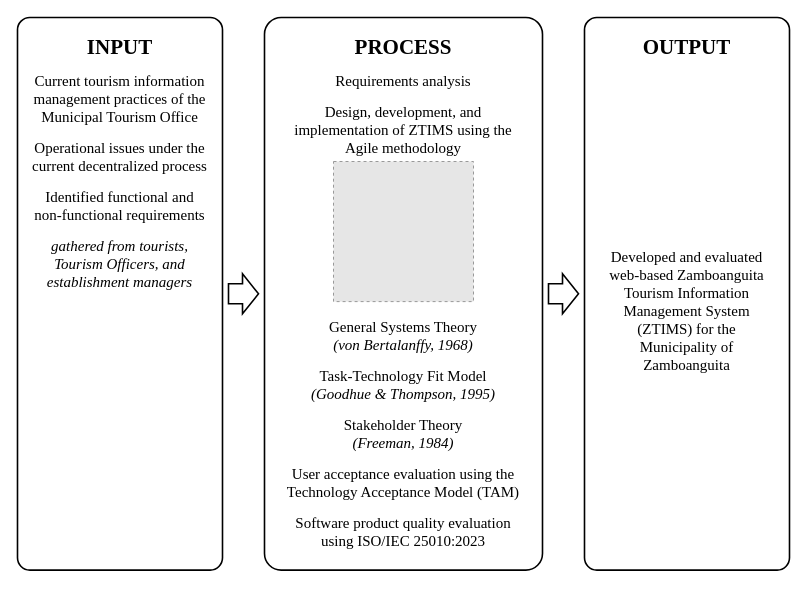
Earlier version of the draw.io diagram docs/diagrams/ztims-conceptual-framework.drawio (jefee0101/ZTIMS). Source tidied: cells renumbered, new cells numbered last; positions are measured from the earlier drawing's top-left corner, leaving out a move shared by most shapes. Both pictures are drawn from the tidied source at 100%, with x=0, y=0 at pixel (17, 17). Pictures stored in the file or linked from it are replaced by grey dashed boxes.
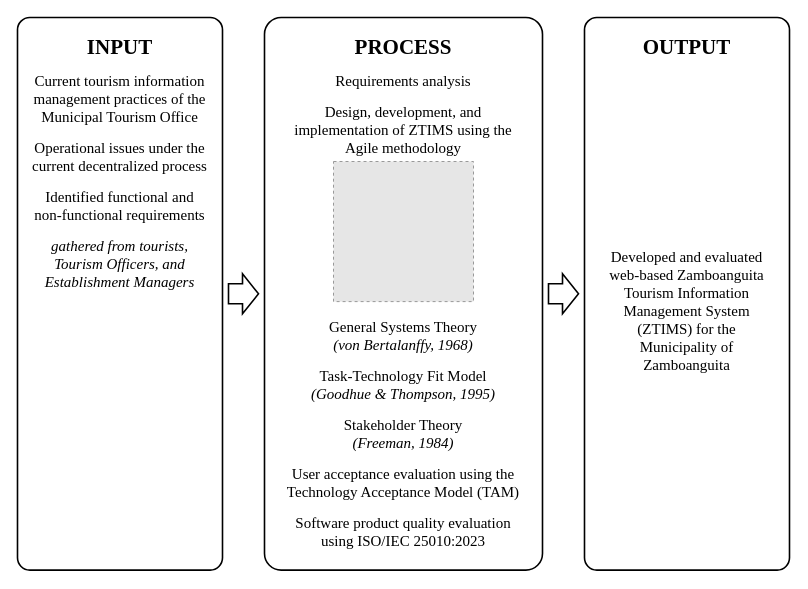
After the change.

Commit message (it also covers changes not shown here):
Capitalize Establishment Managers in the conceptual framework

Claude-Session: https://claude.ai/code/session_01DodXmhEpoi71garNeHNJmv

The edit, as a diff of the source:
```diff
@@
 <mxGraphModel>
   <root>
     <mxCell id="0" />
     <mxCell id="1" parent="0" />
     <mxCell id="2" style="rounded=1;arcSize=6;html=1;fillColor=#ffffff;strokeColor=#000000;strokeWidth=1.6;" parent="1" vertex="1">
       <mxGeometry width="205" height="552.6" as="geometry" />
     </mxCell>
     <mxCell id="3" value="&lt;b&gt;INPUT&lt;/b&gt;" style="text;html=1;whiteSpace=wrap;align=center;verticalAlign=top;fontSize=21;spacing=0;fontFamily=Times New Roman;fontColor=#000000;" parent="1" vertex="1">
       <mxGeometry y="13" width="205" height="25" as="geometry" />
     </mxCell>
     <mxCell id="4" style="rounded=1;arcSize=6;html=1;fillColor=#ffffff;strokeColor=#000000;strokeWidth=1.6;" parent="1" vertex="1">
       <mxGeometry x="247" width="278" height="552.6" as="geometry" />
     </mxCell>
     <mxCell id="5" value="&lt;b&gt;PROCESS&lt;/b&gt;" style="text;html=1;whiteSpace=wrap;align=center;verticalAlign=top;fontSize=21;spacing=0;fontFamily=Times New Roman;fontColor=#000000;" parent="1" vertex="1">
       <mxGeometry x="247" y="13" width="278" height="25" as="geometry" />
     </mxCell>
     <mxCell id="6" style="rounded=1;arcSize=6;html=1;fillColor=#ffffff;strokeColor=#000000;strokeWidth=1.6;" parent="1" vertex="1">
       <mxGeometry x="567" width="205" height="552.6" as="geometry" />
     </mxCell>
     <mxCell id="7" value="&lt;b&gt;OUTPUT&lt;/b&gt;" style="text;html=1;whiteSpace=wrap;align=center;verticalAlign=top;fontSize=21;spacing=0;fontFamily=Times New Roman;fontColor=#000000;" parent="1" vertex="1">
       <mxGeometry x="567" y="13" width="205" height="25" as="geometry" />
     </mxCell>
-    <mxCell id="8" value="&lt;div style=&quot;margin-bottom:13px&quot;&gt;Current tourism information management practices of the Municipal Tourism Office&lt;/div&gt;&lt;div style=&quot;margin-bottom:13px&quot;&gt;Operational issues under the current decentralized process&lt;/div&gt;&lt;div style=&quot;margin-bottom:13px&quot;&gt;Identified functional and non-functional requirements&lt;/div&gt;&lt;div style=&quot;margin-bottom:13px&quot;&gt;&lt;i&gt;gathered from tourists, Tourism Officers, and establishment managers&lt;/i&gt;&lt;/div&gt;" style="text;html=1;whiteSpace=wrap;align=center;verticalAlign=top;fontSize=15;spacing=0;fontFamily=Times New Roman;fontColor=#000000;" parent="1" vertex="1">
+    <mxCell id="8" value="&lt;div style=&quot;margin-bottom:13px&quot;&gt;Current tourism information management practices of the Municipal Tourism Office&lt;/div&gt;&lt;div style=&quot;margin-bottom:13px&quot;&gt;Operational issues under the current decentralized process&lt;/div&gt;&lt;div style=&quot;margin-bottom:13px&quot;&gt;Identified functional and non-functional requirements&lt;/div&gt;&lt;div style=&quot;margin-bottom:13px&quot;&gt;&lt;i&gt;gathered from tourists, Tourism Officers, and Establishment Managers&lt;/i&gt;&lt;/div&gt;" style="text;html=1;whiteSpace=wrap;align=center;verticalAlign=top;fontSize=15;spacing=0;fontFamily=Times New Roman;fontColor=#000000;" parent="1" vertex="1">
       <mxGeometry x="15" y="50" width="175" height="226.5" as="geometry" />
     </mxCell>
     <mxCell id="9" value="&lt;div style=&quot;margin-bottom:13px&quot;&gt;Requirements analysis&lt;/div&gt;&lt;div style=&quot;margin-bottom:13px&quot;&gt;Design, development, and implementation of ZTIMS using the Agile methodology&lt;/div&gt;" style="text;html=1;whiteSpace=wrap;align=center;verticalAlign=top;fontSize=15;spacing=0;fontFamily=Times New Roman;fontColor=#000000;" parent="1" vertex="1">
       <mxGeometry x="262" y="50" width="248" height="88" as="geometry" />
     </mxCell>
     <mxCell id="10" style="fillColor=#E6E6E6;strokeColor=#999999;dashed=1;html=1;" parent="1" vertex="1">
       <mxGeometry x="316" y="144" width="140" height="140.1" as="geometry" />
     </mxCell>
     <mxCell id="11" value="&lt;div style=&quot;margin-bottom:13px&quot;&gt;General Systems Theory&lt;br&gt;&lt;i&gt;(von Bertalanffy, 1968)&lt;/i&gt;&lt;/div&gt;&lt;div style=&quot;margin-bottom:13px&quot;&gt;Task-Technology Fit Model&lt;br&gt;&lt;i&gt;(Goodhue &amp;amp; Thompson, 1995)&lt;/i&gt;&lt;/div&gt;&lt;div style=&quot;margin-bottom:13px&quot;&gt;Stakeholder Theory&lt;br&gt;&lt;i&gt;(Freeman, 1984)&lt;/i&gt;&lt;/div&gt;&lt;div style=&quot;margin-bottom:13px&quot;&gt;User acceptance evaluation using the Technology Acceptance Model (TAM)&lt;/div&gt;&lt;div style=&quot;margin-bottom:13px&quot;&gt;Software product quality evaluation using ISO/IEC 25010:2023&lt;/div&gt;" style="text;html=1;whiteSpace=wrap;align=center;verticalAlign=top;fontSize=15;spacing=0;fontFamily=Times New Roman;fontColor=#000000;" parent="1" vertex="1">
       <mxGeometry x="262" y="296.1" width="248" height="239.5" as="geometry" />
     </mxCell>
     <mxCell id="12" value="Developed and evaluated web-based Zamboanguita Tourism Information Management System (ZTIMS) for the Municipality of Zamboanguita" style="text;html=1;whiteSpace=wrap;align=center;verticalAlign=middle;fontSize=15;spacing=0;fontFamily=Times New Roman;fontColor=#000000;" parent="1" vertex="1">
       <mxGeometry x="582" y="227.2" width="175" height="131.2" as="geometry" />
     </mxCell>
     <mxCell id="13" style="shape=singleArrow;html=1;arrowWidth=0.500;arrowSize=0.533;fillColor=#ffffff;strokeColor=#000000;strokeWidth=1.6;" parent="1" vertex="1">
       <mxGeometry x="211" y="256.3" width="30" height="40" as="geometry" />
     </mxCell>
     <mxCell id="14" style="shape=singleArrow;html=1;arrowWidth=0.500;arrowSize=0.533;fillColor=#ffffff;strokeColor=#000000;strokeWidth=1.6;" parent="1" vertex="1">
       <mxGeometry x="531" y="256.3" width="30" height="40" as="geometry" />
     </mxCell>
   </root>
 </mxGraphModel>
```
